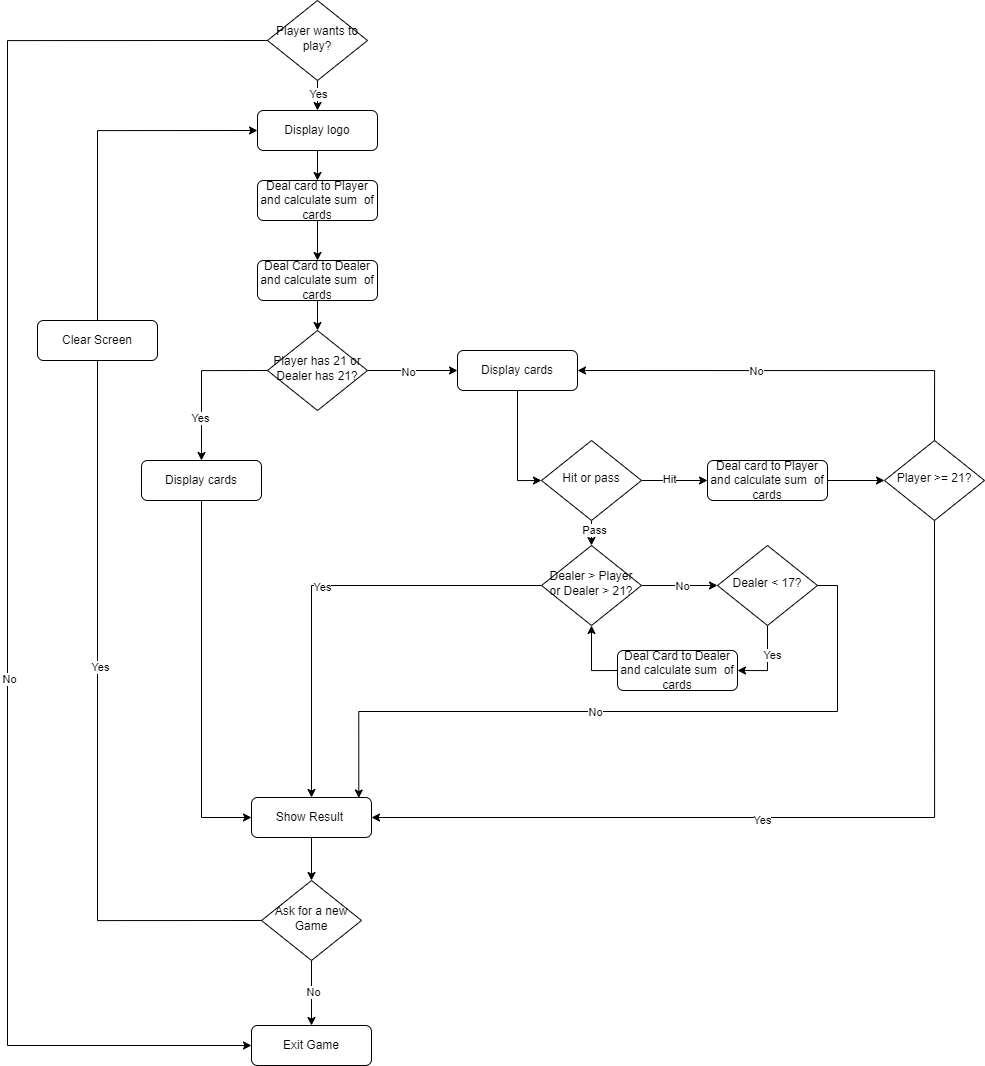
ErkanHatipoglu/100-days-of-code keeps this draw.io diagram as day_11_blackjack_game/project_files/flowchart_blackjack.png. Above is the earlier version. Source tidied: cells renumbered, new cells last; positions are measured from the earlier drawing's top-left corner, leaving out a move shared by most shapes.
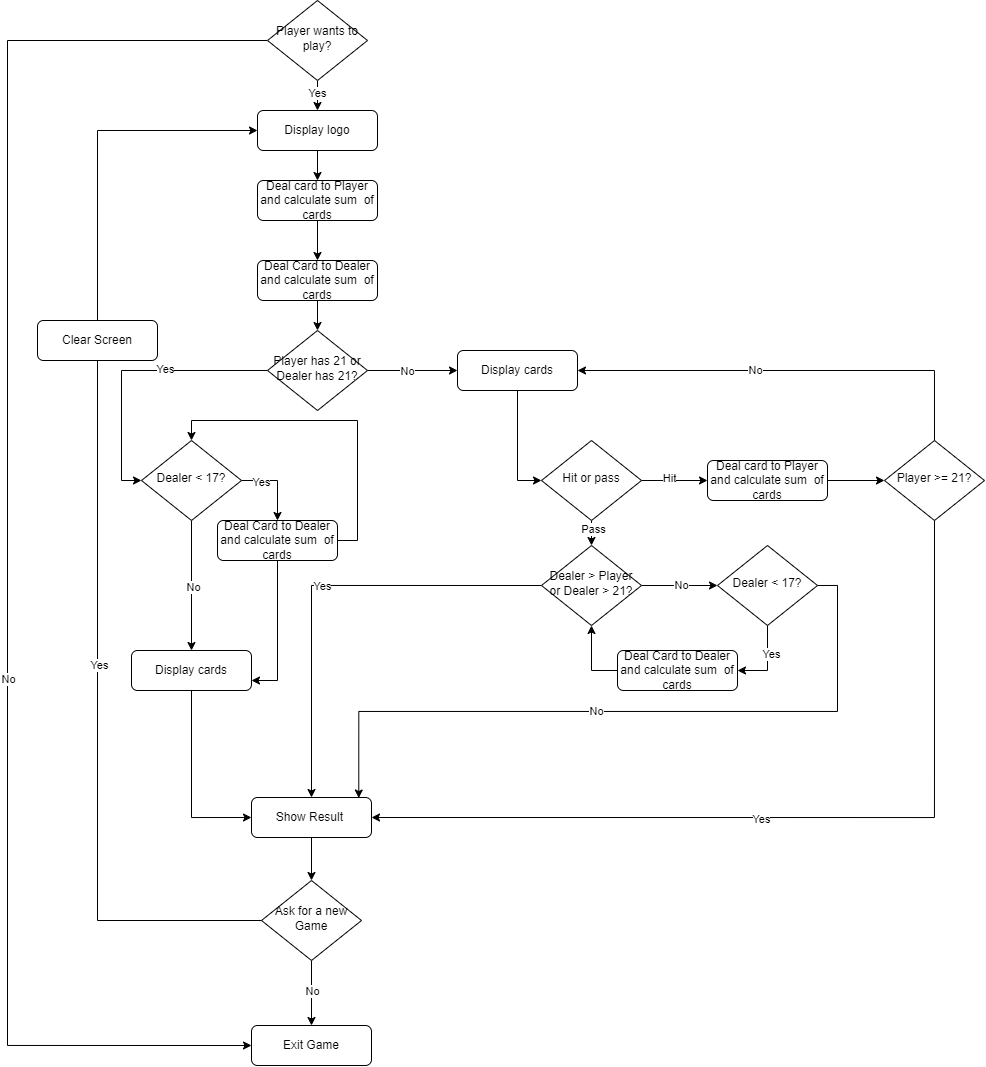
Above is the later version.

Diff of the diagram source:
```diff
@@ -20,12 +20,12 @@
     <mxCell id="7" value="No" style="edgeLabel;html=1;align=center;verticalAlign=middle;" parent="6" vertex="1">
       <mxGeometry x="-0.11" y="-1" relative="1" as="geometry" />
     </mxCell>
-    <mxCell id="8" style="edgeStyle=orthogonalEdgeStyle;rounded=0;jettySize=auto;html=1;exitX=0;exitY=0.5;exitDx=0;exitDy=0;entryX=0.5;entryY=0;entryDx=0;entryDy=0;" parent="1" edge="1" source="10" target="55">
-      <mxGeometry relative="1" as="geometry" />
-    </mxCell>
-    <mxCell id="9" value="Yes" style="edgeLabel;html=1;align=center;verticalAlign=middle;" parent="8" vertex="1">
-      <mxGeometry x="0.45" y="-2" relative="1" as="geometry" />
-    </mxCell>
+    <mxCell id="56" style="edgeStyle=orthogonalEdgeStyle;rounded=0;jettySize=auto;html=1;exitX=0;exitY=0.5;exitDx=0;exitDy=0;entryX=0;entryY=0.5;entryDx=0;entryDy=0;" parent="1" edge="1" source="10" target="62">
+      <mxGeometry relative="1" as="geometry" />
+    </mxCell>
+    <mxCell id="57" value="Yes" style="edgeLabel;html=1;align=center;verticalAlign=middle;" parent="56" vertex="1">
+      <mxGeometry x="-0.26" y="-1" relative="1" as="geometry" />
+    </mxCell>
     <mxCell id="10" value="Player has 21 or Dealer has 21?" style="rhombus;whiteSpace=wrap;html=1;shadow=0;fontFamily=Helvetica;fontSize=12;align=center;strokeWidth=1;spacing=6;spacingTop=-4;" parent="1" vertex="1">
       <mxGeometry x="260" y="330" width="100" height="80" as="geometry" />
     </mxCell>
@@ -178,7 +178,31 @@
       <mxGeometry relative="1" as="geometry" />
     </mxCell>
     <mxCell id="55" value="Display cards" style="rounded=1;whiteSpace=wrap;html=1;fontSize=12;glass=0;strokeWidth=1;shadow=0;" parent="1" vertex="1">
-      <mxGeometry x="134" y="460" width="120" height="40" as="geometry" />
+      <mxGeometry x="124" y="650" width="120" height="40" as="geometry" />
     </mxCell>
+    <mxCell id="58" style="edgeStyle=orthogonalEdgeStyle;rounded=0;jettySize=auto;html=1;exitX=0.5;exitY=1;exitDx=0;exitDy=0;entryX=0.5;entryY=0;entryDx=0;entryDy=0;" parent="1" edge="1" source="62" target="55">
+      <mxGeometry relative="1" as="geometry" />
+    </mxCell>
+    <mxCell id="59" value="No" style="edgeLabel;html=1;align=center;verticalAlign=middle;" parent="58" vertex="1">
+      <mxGeometry x="0.03" y="2" relative="1" as="geometry" />
+    </mxCell>
+    <mxCell id="60" style="edgeStyle=orthogonalEdgeStyle;rounded=0;jettySize=auto;html=1;exitX=1;exitY=0.5;exitDx=0;exitDy=0;entryX=0.5;entryY=0;entryDx=0;entryDy=0;" parent="1" edge="1" source="62" target="65">
+      <mxGeometry relative="1" as="geometry" />
+    </mxCell>
+    <mxCell id="61" value="Yes" style="edgeLabel;html=1;align=center;verticalAlign=middle;" parent="60" vertex="1">
+      <mxGeometry x="-0.49" y="-2" relative="1" as="geometry" />
+    </mxCell>
+    <mxCell id="62" value="Dealer &amp;lt; 17?" style="rhombus;whiteSpace=wrap;html=1;shadow=0;fontFamily=Helvetica;fontSize=12;align=center;strokeWidth=1;spacing=6;spacingTop=-4;" parent="1" vertex="1">
+      <mxGeometry x="134" y="440" width="100" height="80" as="geometry" />
+    </mxCell>
+    <mxCell id="63" style="edgeStyle=orthogonalEdgeStyle;rounded=0;jettySize=auto;html=1;exitX=0.5;exitY=1;exitDx=0;exitDy=0;entryX=1;entryY=0.75;entryDx=0;entryDy=0;" parent="1" edge="1" source="65" target="55">
+      <mxGeometry relative="1" as="geometry" />
+    </mxCell>
+    <mxCell id="64" style="edgeStyle=orthogonalEdgeStyle;rounded=0;jettySize=auto;html=1;exitX=1;exitY=0.5;exitDx=0;exitDy=0;entryX=0.5;entryY=0;entryDx=0;entryDy=0;" parent="1" edge="1" source="65" target="62">
+      <mxGeometry relative="1" as="geometry" />
+    </mxCell>
+    <mxCell id="65" value="Deal Card to Dealer and calculate sum&amp;nbsp; of cards" style="rounded=1;whiteSpace=wrap;html=1;fontSize=12;glass=0;strokeWidth=1;shadow=0;" parent="1" vertex="1">
+      <mxGeometry x="210" y="520" width="120" height="40" as="geometry" />
+    </mxCell>
   </root>
 </mxGraphModel>
```
